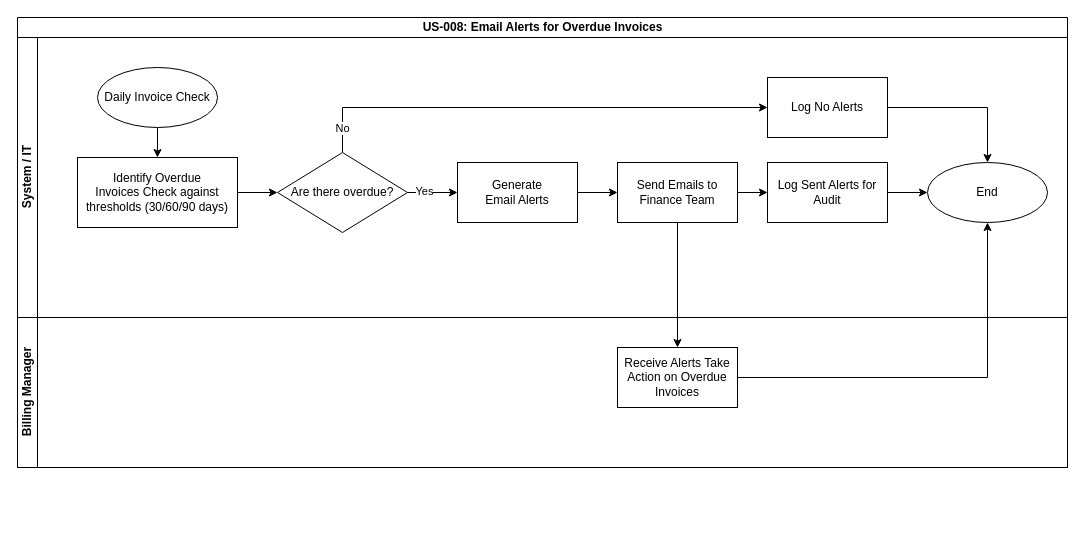
Above: BA/ProcessMaps/PM-008_EmailAlertsOverdueInvoices_US-008.drawio in ijs99/energy-analyst-portfolio (draw.io), before the change. Source tidied: cells renumbered, new cells numbered last; positions are measured from the earlier drawing's top-left corner, leaving out a move shared by most shapes. Both pictures are drawn from the tidied source at 100%, with x=0, y=0 at pixel (17, 17).
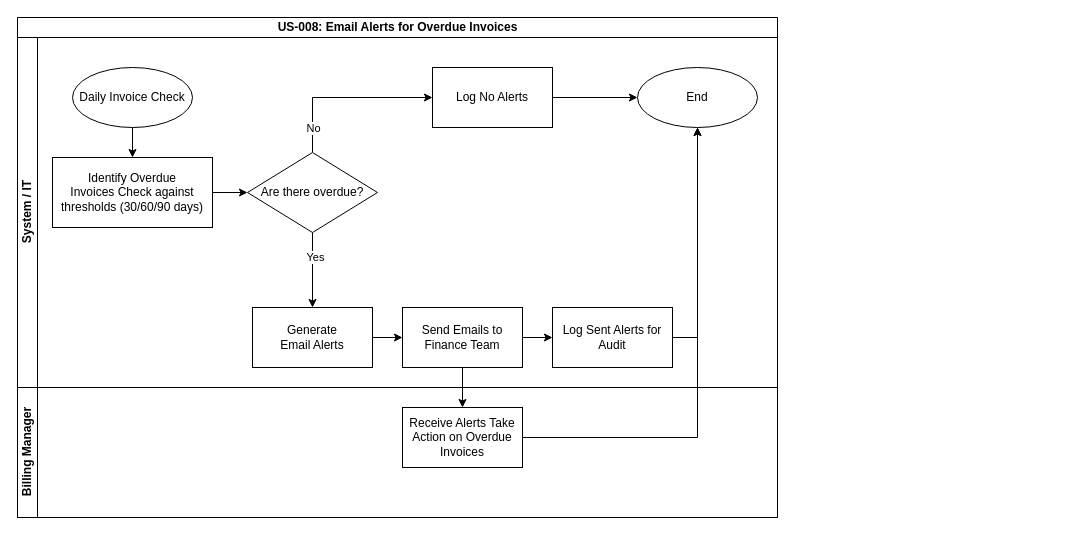
The same diagram, later.

The change refers to these unchanged cells:
```xml
<mxCell id="10" style="edgeStyle=orthogonalEdgeStyle;rounded=0;jettySize=auto;html=1;exitX=0.5;exitY=0;exitDx=0;exitDy=0;entryX=0;entryY=0.5;entryDx=0;entryDy=0;" parent="3" edge="1" source="12" target="21">
  <mxGeometry relative="1" as="geometry" />
</mxCell>
```

Diff of the diagram source:
```diff
@@
     <mxCell id="2" value="US-008: Email Alerts for Overdue Invoices" style="swimlane;horizontal=1;startSize=20;html=1;" parent="1" vertex="1">
-      <mxGeometry width="1050" height="450" as="geometry" />
+      <mxGeometry width="760" height="500" as="geometry" />
     </mxCell>
     <mxCell id="3" value="System / IT" style="swimlane;startSize=20;horizontal=0;html=1;" parent="2" vertex="1">
-      <mxGeometry y="20" width="1050" height="280" as="geometry" />
+      <mxGeometry y="20" width="760" height="350" as="geometry" />
     </mxCell>
@@
     <mxCell id="5" value="Identify Overdue Invoices&amp;nbsp;Check against thresholds&amp;nbsp;(30/60/90 days)" style="rounded=0;whiteSpace=wrap;html=1;" parent="3" vertex="1">
-      <mxGeometry x="60" y="120" width="160" height="70" as="geometry" />
+      <mxGeometry x="35" y="120" width="160" height="70" as="geometry" />
     </mxCell>
@@
     <mxCell id="7" value="Daily Invoice Check" style="ellipse;whiteSpace=wrap;html=1;" parent="3" vertex="1">
-      <mxGeometry x="80" y="30" width="120" height="60" as="geometry" />
+      <mxGeometry x="55" y="30" width="120" height="60" as="geometry" />
     </mxCell>
-    <mxCell id="8" style="edgeStyle=orthogonalEdgeStyle;rounded=0;jettySize=auto;html=1;exitX=1;exitY=0.5;exitDx=0;exitDy=0;entryX=0;entryY=0.5;entryDx=0;entryDy=0;" parent="3" edge="1" source="12" target="14">
+    <mxCell id="8" style="edgeStyle=orthogonalEdgeStyle;rounded=0;jettySize=auto;html=1;exitX=0.5;exitY=1;exitDx=0;exitDy=0;entryX=0.5;entryY=0;entryDx=0;entryDy=0;" parent="3" edge="1" source="12" target="14">
       <mxGeometry relative="1" as="geometry" />
     </mxCell>
@@
     <mxCell id="11" value="No" style="edgeLabel;html=1;align=center;verticalAlign=middle;" parent="10" vertex="1">
       <mxGeometry x="-0.64" y="-4" relative="1" as="geometry">
-        <mxPoint x="-41" y="16" as="offset" />
+        <mxPoint x="-4" y="7" as="offset" />
       </mxGeometry>
     </mxCell>
     <mxCell id="12" value="Are there overdue?" style="rhombus;whiteSpace=wrap;html=1;" parent="3" vertex="1">
-      <mxGeometry x="260" y="115" width="130" height="80" as="geometry" />
+      <mxGeometry x="230" y="115" width="130" height="80" as="geometry" />
     </mxCell>
@@
     <mxCell id="14" value="Generate&lt;div&gt;Email Alerts&lt;/div&gt;" style="rounded=0;whiteSpace=wrap;html=1;" parent="3" vertex="1">
-      <mxGeometry x="440" y="125" width="120" height="60" as="geometry" />
+      <mxGeometry x="235" y="270" width="120" height="60" as="geometry" />
     </mxCell>
@@
     <mxCell id="16" value="Send Emails to Finance Team" style="rounded=0;whiteSpace=wrap;html=1;" parent="3" vertex="1">
-      <mxGeometry x="600" y="125" width="120" height="60" as="geometry" />
+      <mxGeometry x="385" y="270" width="120" height="60" as="geometry" />
     </mxCell>
-    <mxCell id="17" style="edgeStyle=orthogonalEdgeStyle;rounded=0;jettySize=auto;html=1;exitX=1;exitY=0.5;exitDx=0;exitDy=0;entryX=0;entryY=0.5;entryDx=0;entryDy=0;" parent="3" edge="1" source="18" target="19">
+    <mxCell id="17" style="edgeStyle=orthogonalEdgeStyle;rounded=0;jettySize=auto;html=1;exitX=1;exitY=0.5;exitDx=0;exitDy=0;entryX=0.5;entryY=1;entryDx=0;entryDy=0;" parent="3" edge="1" source="18" target="19">
       <mxGeometry relative="1" as="geometry" />
     </mxCell>
     <mxCell id="18" value="Log Sent Alerts for Audit" style="rounded=0;whiteSpace=wrap;html=1;" parent="3" vertex="1">
-      <mxGeometry x="750" y="125" width="120" height="60" as="geometry" />
+      <mxGeometry x="535" y="270" width="120" height="60" as="geometry" />
     </mxCell>
     <mxCell id="19" value="End" style="ellipse;whiteSpace=wrap;html=1;" parent="3" vertex="1">
-      <mxGeometry x="910" y="125" width="120" height="60" as="geometry" />
+      <mxGeometry x="620" y="30" width="120" height="60" as="geometry" />
     </mxCell>
-    <mxCell id="20" style="edgeStyle=orthogonalEdgeStyle;rounded=0;jettySize=auto;html=1;exitX=1;exitY=0.5;exitDx=0;exitDy=0;entryX=0.5;entryY=0;entryDx=0;entryDy=0;" parent="3" edge="1" source="21" target="19">
+    <mxCell id="20" style="edgeStyle=orthogonalEdgeStyle;rounded=0;jettySize=auto;html=1;exitX=1;exitY=0.5;exitDx=0;exitDy=0;entryX=0;entryY=0.5;entryDx=0;entryDy=0;" parent="3" edge="1" source="21" target="19">
       <mxGeometry relative="1" as="geometry" />
     </mxCell>
     <mxCell id="21" value="Log No Alerts" style="rounded=0;whiteSpace=wrap;html=1;" parent="3" vertex="1">
-      <mxGeometry x="750" y="40" width="120" height="60" as="geometry" />
+      <mxGeometry x="415" y="30" width="120" height="60" as="geometry" />
     </mxCell>
     <mxCell id="22" value="Billing Manager" style="swimlane;startSize=20;horizontal=0;html=1;" parent="2" vertex="1">
-      <mxGeometry y="300" width="1050" height="150" as="geometry" />
+      <mxGeometry y="370" width="760" height="130" as="geometry" />
     </mxCell>
     <mxCell id="23" value="Receive Alerts&amp;nbsp;Take Action on Overdue Invoices" style="rounded=0;whiteSpace=wrap;html=1;" parent="22" vertex="1">
-      <mxGeometry x="600" y="30" width="120" height="60" as="geometry" />
+      <mxGeometry x="385" y="20" width="120" height="60" as="geometry" />
     </mxCell>
```
